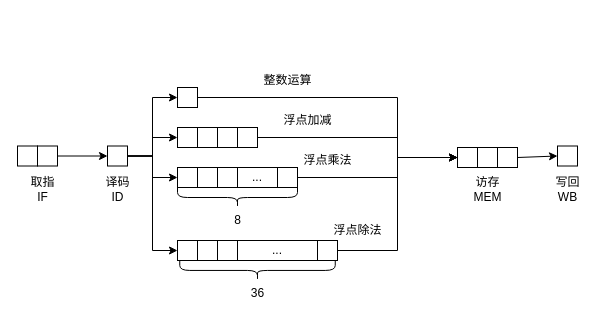
This is page "6-1" (1 of 7) of directory/流水线.drawio from lllwwwooo/draw.io, a draw.io file, before an edit. Source tidied: cells renumbered, new cells numbered last; positions are measured from the earlier drawing's top-left corner, leaving out a move shared by most shapes. Both pictures are drawn from the tidied source at 100%, with x=0, y=0 at pixel (17, 65).
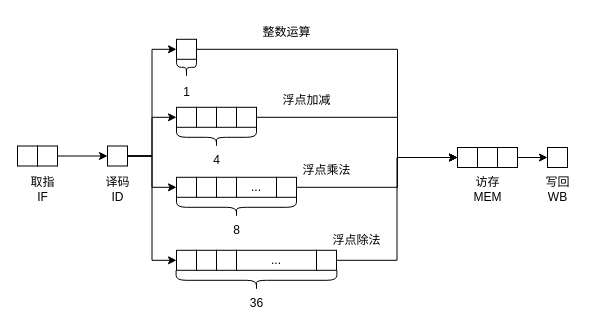
The same diagram, later.

Unchanged cells that the change refers to:
```xml
<mxCell id="35" style="whiteSpace=wrap;html=1;" parent="1" vertex="1">
  <mxGeometry x="440" y="82" width="20" height="20" as="geometry" />
</mxCell>
<mxCell id="37" style="whiteSpace=wrap;html=1;" parent="1" vertex="1">
  <mxGeometry x="480" y="82" width="20" height="20" as="geometry" />
</mxCell>
```

Diff of the diagram source:
```diff
@@
     <mxCell id="12" style="edgeStyle=orthogonalEdgeStyle;rounded=0;jettySize=auto;html=1;exitX=1;exitY=0.5;exitDx=0;exitDy=0;entryX=0;entryY=0.5;entryDx=0;entryDy=0;" parent="1" edge="1" source="13" target="35">
       <mxGeometry relative="1" as="geometry">
         <Array as="points">
-          <mxPoint x="380" y="32" />
+          <mxPoint x="380" y="-16" />
           <mxPoint x="380" y="92" />
         </Array>
       </mxGeometry>
     </mxCell>
     <mxCell id="13" style="whiteSpace=wrap;html=1;" parent="1" vertex="1">
-      <mxGeometry x="160" y="22" width="20" height="20" as="geometry" />
+      <mxGeometry x="159" y="-26.2" width="20" height="20" as="geometry" />
     </mxCell>
     <mxCell id="14" style="whiteSpace=wrap;html=1;" parent="1" vertex="1">
-      <mxGeometry x="160" y="62" width="20" height="20" as="geometry" />
+      <mxGeometry x="159" y="41.8" width="20" height="20" as="geometry" />
     </mxCell>
     <mxCell id="15" style="whiteSpace=wrap;html=1;" parent="1" vertex="1">
-      <mxGeometry x="180" y="62" width="20" height="20" as="geometry" />
+      <mxGeometry x="179" y="41.8" width="20" height="20" as="geometry" />
     </mxCell>
     <mxCell id="16" style="whiteSpace=wrap;html=1;" parent="1" vertex="1">
-      <mxGeometry x="200" y="62" width="20" height="20" as="geometry" />
+      <mxGeometry x="199" y="41.8" width="20" height="20" as="geometry" />
     </mxCell>
     <mxCell id="17" style="edgeStyle=orthogonalEdgeStyle;rounded=0;jettySize=auto;html=1;exitX=1;exitY=0.5;exitDx=0;exitDy=0;entryX=0;entryY=0.5;entryDx=0;entryDy=0;" parent="1" edge="1" source="18" target="35">
       <mxGeometry relative="1" as="geometry">
         <Array as="points">
-          <mxPoint x="380" y="72" />
+          <mxPoint x="380" y="52" />
           <mxPoint x="380" y="92" />
         </Array>
       </mxGeometry>
     </mxCell>
     <mxCell id="18" style="whiteSpace=wrap;html=1;" parent="1" vertex="1">
-      <mxGeometry x="220" y="62" width="20" height="20" as="geometry" />
+      <mxGeometry x="219" y="41.8" width="20" height="20" as="geometry" />
     </mxCell>
     <mxCell id="19" style="whiteSpace=wrap;html=1;" parent="1" vertex="1">
-      <mxGeometry x="160" y="102" width="20" height="20" as="geometry" />
+      <mxGeometry x="159" y="111.8" width="20" height="20" as="geometry" />
     </mxCell>
     <mxCell id="20" style="whiteSpace=wrap;html=1;" parent="1" vertex="1">
-      <mxGeometry x="180" y="102" width="20" height="20" as="geometry" />
+      <mxGeometry x="179" y="111.8" width="20" height="20" as="geometry" />
     </mxCell>
     <mxCell id="21" style="whiteSpace=wrap;html=1;" parent="1" vertex="1">
-      <mxGeometry x="200" y="102" width="20" height="20" as="geometry" />
+      <mxGeometry x="199" y="111.8" width="20" height="20" as="geometry" />
     </mxCell>
     <mxCell id="22" style="edgeStyle=orthogonalEdgeStyle;rounded=0;jettySize=auto;html=1;exitX=1;exitY=0.5;exitDx=0;exitDy=0;entryX=0;entryY=0.5;entryDx=0;entryDy=0;" parent="1" edge="1" source="23" target="35">
       <mxGeometry relative="1" as="geometry">
         <Array as="points">
-          <mxPoint x="380" y="112" />
+          <mxPoint x="380" y="122" />
           <mxPoint x="380" y="92" />
         </Array>
       </mxGeometry>
     </mxCell>
     <mxCell id="23" style="whiteSpace=wrap;html=1;" parent="1" vertex="1">
-      <mxGeometry x="260" y="102" width="20" height="20" as="geometry" />
+      <mxGeometry x="259" y="111.8" width="20" height="20" as="geometry" />
     </mxCell>
     <mxCell id="24" style="shape=curlyBracket;whiteSpace=wrap;html=1;rounded=1;labelPosition=left;verticalLabelPosition=middle;align=right;verticalAlign=middle;rotation=-90;" parent="1" vertex="1">
-      <mxGeometry x="210" y="72" width="20" height="120" as="geometry" />
+      <mxGeometry x="209" y="81.8" width="20" height="120" as="geometry" />
     </mxCell>
     <mxCell id="25" value="..." style="rounded=0;whiteSpace=wrap;html=1;" parent="1" vertex="1">
-      <mxGeometry x="220" y="102" width="40" height="20" as="geometry" />
+      <mxGeometry x="219" y="111.8" width="40" height="20" as="geometry" />
     </mxCell>
     <mxCell id="26" value="8" style="text;html=1;align=center;verticalAlign=middle;strokeColor=none;fillColor=none;" parent="1" vertex="1">
-      <mxGeometry x="205" y="140" width="30" height="30" as="geometry" />
+      <mxGeometry x="204" y="149.8" width="30" height="30" as="geometry" />
     </mxCell>
     <mxCell id="27" style="whiteSpace=wrap;html=1;" parent="1" vertex="1">
-      <mxGeometry x="160" y="175" width="20" height="20" as="geometry" />
+      <mxGeometry x="159" y="184.8" width="20" height="20" as="geometry" />
     </mxCell>
     <mxCell id="28" style="whiteSpace=wrap;html=1;" parent="1" vertex="1">
-      <mxGeometry x="180" y="175" width="20" height="20" as="geometry" />
+      <mxGeometry x="179" y="184.8" width="20" height="20" as="geometry" />
     </mxCell>
     <mxCell id="29" style="whiteSpace=wrap;html=1;" parent="1" vertex="1">
-      <mxGeometry x="200" y="175" width="20" height="20" as="geometry" />
+      <mxGeometry x="199" y="184.8" width="20" height="20" as="geometry" />
     </mxCell>
@@
     <mxCell id="31" style="whiteSpace=wrap;html=1;" parent="1" vertex="1">
-      <mxGeometry x="300" y="175" width="20" height="20" as="geometry" />
+      <mxGeometry x="299" y="184.8" width="20" height="20" as="geometry" />
     </mxCell>
     <mxCell id="32" style="shape=curlyBracket;whiteSpace=wrap;html=1;rounded=1;labelPosition=left;verticalLabelPosition=middle;align=right;verticalAlign=middle;rotation=-90;" parent="1" vertex="1">
-      <mxGeometry x="230" y="127.2" width="20" height="155.5" as="geometry" />
+      <mxGeometry x="229" y="134.4" width="20" height="160.8" as="geometry" />
     </mxCell>
     <mxCell id="33" value="..." style="rounded=0;whiteSpace=wrap;html=1;" parent="1" vertex="1">
-      <mxGeometry x="220" y="175" width="80" height="20" as="geometry" />
+      <mxGeometry x="219" y="184.8" width="80" height="20" as="geometry" />
     </mxCell>
     <mxCell id="34" value="36" style="text;html=1;align=center;verticalAlign=middle;strokeColor=none;fillColor=none;" parent="1" vertex="1">
-      <mxGeometry x="220" y="213" width="40" height="30" as="geometry" />
+      <mxGeometry x="219" y="222.8" width="40" height="30" as="geometry" />
     </mxCell>
@@
+    <mxCell id="46" style="edgeStyle=orthogonalEdgeStyle;rounded=0;jettySize=auto;html=1;exitX=1;exitY=0.5;exitDx=0;exitDy=0;" parent="1" edge="1" source="37">
+      <mxGeometry relative="1" as="geometry">
+        <mxPoint x="530" y="92" as="targetPoint" />
+      </mxGeometry>
+    </mxCell>
@@
     <mxCell id="39" style="whiteSpace=wrap;html=1;" parent="1" vertex="1">
-      <mxGeometry x="540" y="80.5" width="20" height="20" as="geometry" />
+      <mxGeometry x="530" y="82" width="20" height="20" as="geometry" />
     </mxCell>
     <mxCell id="40" value="写回&lt;div&gt;WB&lt;/div&gt;" style="text;html=1;align=center;verticalAlign=middle;strokeColor=none;fillColor=none;" parent="1" vertex="1">
-      <mxGeometry x="525" y="103.5" width="50" height="40" as="geometry" />
+      <mxGeometry x="515" y="103.5" width="50" height="40" as="geometry" />
     </mxCell>
     <mxCell id="41" value="整数运算" style="text;html=1;align=center;verticalAlign=middle;strokeColor=none;fillColor=none;" parent="1" vertex="1">
-      <mxGeometry x="235" width="70" height="30" as="geometry" />
+      <mxGeometry x="234" y="-48.2" width="70" height="30" as="geometry" />
     </mxCell>
     <mxCell id="42" value="浮点加减" style="text;html=1;align=center;verticalAlign=middle;strokeColor=none;fillColor=none;" parent="1" vertex="1">
-      <mxGeometry x="255" y="40" width="70" height="30" as="geometry" />
+      <mxGeometry x="254" y="19.8" width="70" height="30" as="geometry" />
     </mxCell>
     <mxCell id="43" value="浮点乘法" style="text;html=1;align=center;verticalAlign=middle;strokeColor=none;fillColor=none;" parent="1" vertex="1">
-      <mxGeometry x="275" y="80" width="70" height="30" as="geometry" />
+      <mxGeometry x="274" y="89.8" width="70" height="30" as="geometry" />
     </mxCell>
     <mxCell id="44" value="浮点除法" style="text;html=1;align=center;verticalAlign=middle;strokeColor=none;fillColor=none;" parent="1" vertex="1">
-      <mxGeometry x="305" y="150" width="70" height="30" as="geometry" />
+      <mxGeometry x="304" y="159.8" width="70" height="30" as="geometry" />
     </mxCell>
-    <mxCell id="45" style="endArrow=classic;html=1;rounded=0;exitX=1;exitY=0.5;exitDx=0;exitDy=0;entryX=0;entryY=0.5;entryDx=0;entryDy=0;" parent="1" edge="1" source="37" target="39">
-      <mxGeometry relative="1" as="geometry" />
-    </mxCell>
+    <mxCell id="47" style="shape=curlyBracket;whiteSpace=wrap;html=1;rounded=1;labelPosition=left;verticalLabelPosition=middle;align=right;verticalAlign=middle;rotation=-90;" parent="1" vertex="1">
+      <mxGeometry x="159" y="-8.2" width="20" height="20" as="geometry" />
+    </mxCell>
+    <mxCell id="48" value="1" style="text;html=1;align=center;verticalAlign=middle;strokeColor=none;fillColor=none;" parent="1" vertex="1">
+      <mxGeometry x="154" y="11.8" width="30" height="30" as="geometry" />
+    </mxCell>
+    <mxCell id="49" style="shape=curlyBracket;whiteSpace=wrap;html=1;rounded=1;labelPosition=left;verticalLabelPosition=middle;align=right;verticalAlign=middle;rotation=-90;" parent="1" vertex="1">
+      <mxGeometry x="189" y="31.8" width="20" height="80" as="geometry" />
+    </mxCell>
+    <mxCell id="50" value="4" style="text;html=1;align=center;verticalAlign=middle;strokeColor=none;fillColor=none;" parent="1" vertex="1">
+      <mxGeometry x="184" y="80.3" width="30" height="30" as="geometry" />
+    </mxCell>
```
